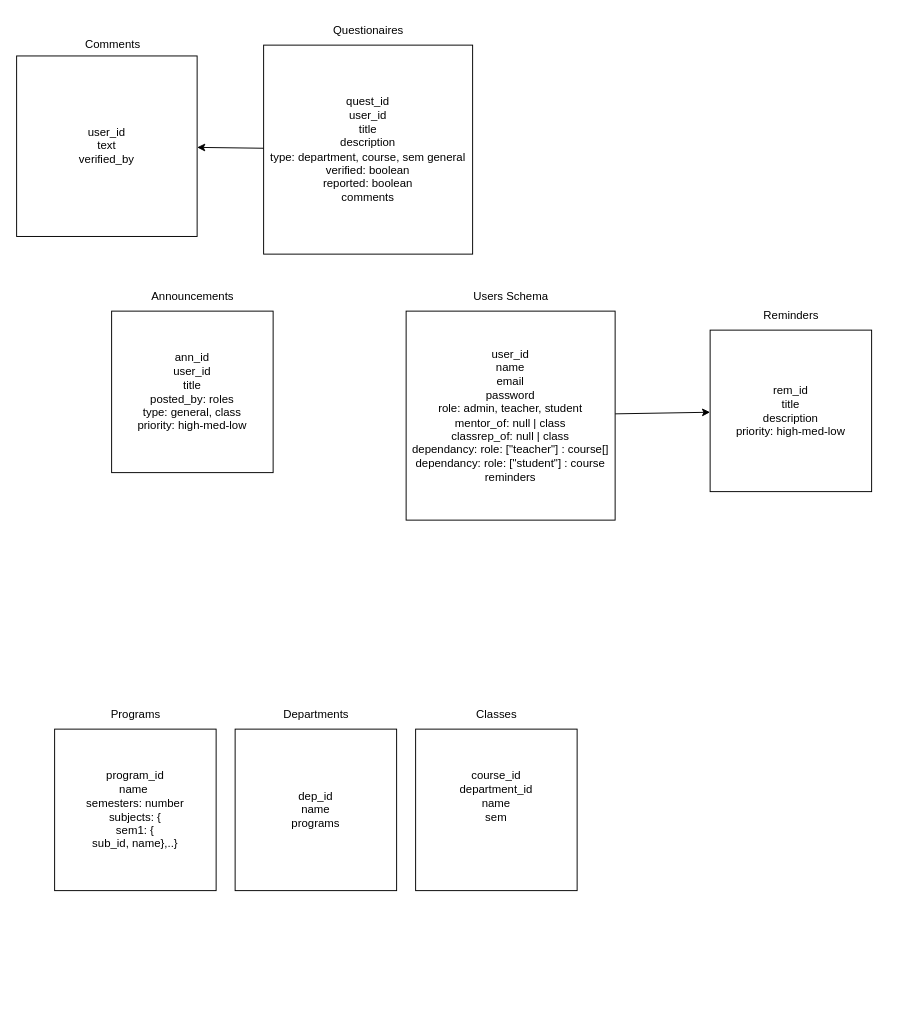
Above: backend_design.drawio in endvidous/UniLoop (draw.io), before the change. Source tidied: cells renumbered, new cells numbered last; positions are measured from the earlier drawing's top-left corner, leaving out a move shared by most shapes. Both pictures are drawn from the tidied source at 95%, with x=0, y=0 at pixel (16, 16).
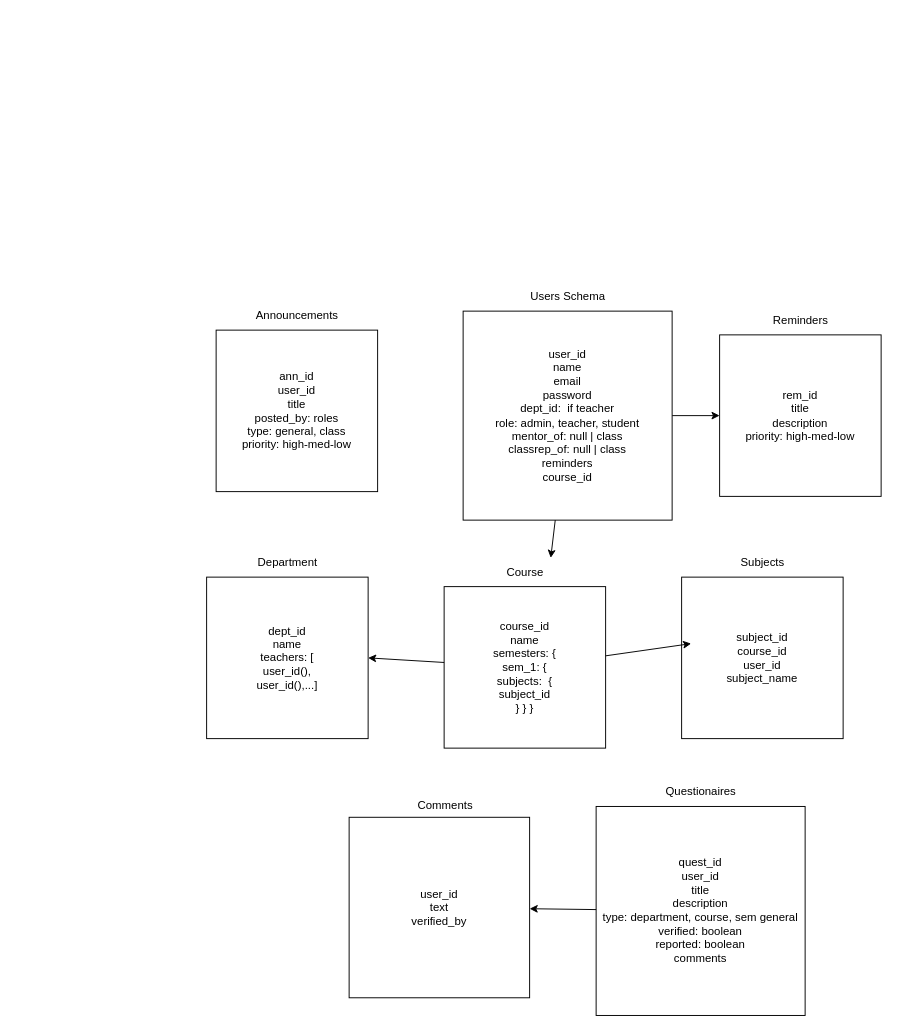
After the change.

Change to the diagram source:
```diff
@@
     <mxCell id="3" style="group;" parent="1" vertex="1">
-      <mxGeometry x="410" y="280" width="220" height="250" as="geometry" />
+      <mxGeometry x="470" y="280" width="220" height="250" as="geometry" />
     </mxCell>
-    <mxCell id="4" value="&lt;div style=&quot;&quot;&gt;&lt;span style=&quot;background-color: initial;&quot;&gt;user_id&lt;/span&gt;&lt;br&gt;&lt;/div&gt;&lt;div style=&quot;&quot;&gt;&lt;span style=&quot;background-color: initial;&quot;&gt;name&lt;/span&gt;&lt;/div&gt;&lt;div style=&quot;&quot;&gt;&lt;span style=&quot;background-color: initial;&quot;&gt;email&lt;/span&gt;&lt;/div&gt;&lt;div style=&quot;&quot;&gt;&lt;span style=&quot;background-color: initial;&quot;&gt;password&lt;/span&gt;&lt;/div&gt;&lt;div style=&quot;&quot;&gt;&lt;span style=&quot;background-color: initial;&quot;&gt;role: admin, teacher, student&lt;/span&gt;&lt;/div&gt;&lt;div style=&quot;&quot;&gt;&lt;span style=&quot;background-color: initial;&quot;&gt;mentor_of: null | class&lt;/span&gt;&lt;/div&gt;&lt;div style=&quot;&quot;&gt;&lt;span style=&quot;background-color: initial;&quot;&gt;classrep_of: null | class&lt;/span&gt;&lt;/div&gt;&lt;div style=&quot;&quot;&gt;dependancy: role: [&quot;teacher&quot;] : course[]&lt;/div&gt;&lt;div style=&quot;&quot;&gt;dependancy: role: [&quot;student&quot;] : course&lt;/div&gt;&lt;div style=&quot;&quot;&gt;reminders&lt;/div&gt;" style="whiteSpace=wrap;html=1;align=center;" parent="3" vertex="1">
+    <mxCell id="4" value="&lt;div style=&quot;&quot;&gt;&lt;span style=&quot;background-color: initial;&quot;&gt;user_id&lt;/span&gt;&lt;br&gt;&lt;/div&gt;&lt;div style=&quot;&quot;&gt;&lt;span style=&quot;background-color: initial;&quot;&gt;name&lt;/span&gt;&lt;/div&gt;&lt;div style=&quot;&quot;&gt;&lt;span style=&quot;background-color: initial;&quot;&gt;email&lt;/span&gt;&lt;/div&gt;&lt;div style=&quot;&quot;&gt;&lt;span style=&quot;background-color: initial;&quot;&gt;password&lt;/span&gt;&lt;/div&gt;&lt;div style=&quot;&quot;&gt;&lt;span style=&quot;background-color: initial;&quot;&gt;dept_id:&amp;nbsp; if teacher&lt;/span&gt;&lt;/div&gt;&lt;div style=&quot;&quot;&gt;&lt;span style=&quot;background-color: initial;&quot;&gt;role: admin, teacher, student&lt;/span&gt;&lt;/div&gt;&lt;div style=&quot;&quot;&gt;&lt;span style=&quot;background-color: initial;&quot;&gt;mentor_of: null | class&lt;/span&gt;&lt;/div&gt;&lt;div style=&quot;&quot;&gt;&lt;span style=&quot;background-color: initial;&quot;&gt;classrep_of: null | class&lt;/span&gt;&lt;/div&gt;&lt;div style=&quot;&quot;&gt;&lt;span style=&quot;background-color: initial;&quot;&gt;reminders&lt;/span&gt;&lt;br&gt;&lt;/div&gt;&lt;div style=&quot;&quot;&gt;&lt;span style=&quot;background-color: initial;&quot;&gt;course_id&lt;/span&gt;&lt;/div&gt;" style="whiteSpace=wrap;html=1;align=center;" parent="3" vertex="1">
       <mxGeometry y="30" width="220" height="220" as="geometry" />
     </mxCell>
@@
     <mxCell id="6" style="group;" parent="1" vertex="1">
-      <mxGeometry x="730" y="300" width="170" height="200" as="geometry" />
+      <mxGeometry x="740" y="305" width="170" height="200" as="geometry" />
     </mxCell>
@@
     <mxCell id="9" style="group;" parent="1" vertex="1">
-      <mxGeometry x="100" y="280" width="170" height="200" as="geometry" />
+      <mxGeometry x="210" y="300" width="170" height="200" as="geometry" />
     </mxCell>
@@
     <mxCell id="12" style="group;" parent="1" vertex="1">
-      <mxGeometry x="260" width="220" height="250" as="geometry" />
+      <mxGeometry x="610" y="801.4" width="220" height="250" as="geometry" />
     </mxCell>
@@
-    <mxCell id="15" style="group;" parent="1" vertex="1">
-      <mxGeometry x="420" y="720" width="170" height="200" as="geometry" />
-    </mxCell>
-    <mxCell id="16" value="&lt;div style=&quot;&quot;&gt;course_id&lt;/div&gt;&lt;div style=&quot;&quot;&gt;department_id&lt;/div&gt;&lt;div style=&quot;&quot;&gt;name&lt;/div&gt;&lt;div style=&quot;&quot;&gt;&lt;span style=&quot;background-color: initial;&quot;&gt;sem&lt;/span&gt;&lt;/div&gt;&lt;div style=&quot;&quot;&gt;&lt;br&gt;&lt;/div&gt;&lt;div style=&quot;&quot;&gt;&lt;br&gt;&lt;/div&gt;" style="whiteSpace=wrap;html=1;align=center;" parent="15" vertex="1">
-      <mxGeometry y="30" width="170" height="170" as="geometry" />
-    </mxCell>
-    <mxCell id="17" value="Classes" style="text;html=1;align=center;verticalAlign=middle;strokeColor=none;fillColor=none;" parent="15" vertex="1">
-      <mxGeometry x="50" width="70" height="30" as="geometry" />
-    </mxCell>
     <mxCell id="18" style="group;" parent="1" vertex="1">
-      <mxGeometry y="15" width="190" height="220" as="geometry" />
+      <mxGeometry x="350" y="816.4" width="190" height="220" as="geometry" />
     </mxCell>
@@
-    <mxCell id="22" style="group;" parent="1" vertex="1">
-      <mxGeometry x="230" y="720" width="170" height="200" as="geometry" />
-    </mxCell>
-    <mxCell id="23" value="&lt;div style=&quot;&quot;&gt;dep_id&lt;/div&gt;&lt;div style=&quot;&quot;&gt;name&lt;/div&gt;&lt;div style=&quot;&quot;&gt;programs&lt;/div&gt;" style="whiteSpace=wrap;html=1;align=center;" parent="22" vertex="1">
-      <mxGeometry y="30" width="170" height="170" as="geometry" />
-    </mxCell>
-    <mxCell id="24" value="Departments" style="text;html=1;align=center;verticalAlign=middle;strokeColor=none;fillColor=none;" parent="22" vertex="1">
-      <mxGeometry x="40" width="90" height="30" as="geometry" />
-    </mxCell>
-    <mxCell id="25" style="group;" parent="1" vertex="1">
-      <mxGeometry x="40" y="720" width="170" height="200" as="geometry" />
-    </mxCell>
-    <mxCell id="26" value="&lt;div style=&quot;&quot;&gt;program_id&lt;/div&gt;&lt;div style=&quot;&quot;&gt;name&amp;nbsp;&lt;/div&gt;&lt;div style=&quot;&quot;&gt;semesters: number&lt;/div&gt;&lt;div style=&quot;&quot;&gt;subjects: {&lt;/div&gt;&lt;div style=&quot;&quot;&gt;sem1: {&lt;/div&gt;&lt;div style=&quot;&quot;&gt;sub_id, name},..}&lt;/div&gt;" style="whiteSpace=wrap;html=1;align=center;" parent="25" vertex="1">
-      <mxGeometry y="30" width="170" height="170" as="geometry" />
-    </mxCell>
-    <mxCell id="27" value="Programs" style="text;html=1;align=center;verticalAlign=middle;strokeColor=none;fillColor=none;" parent="25" vertex="1">
-      <mxGeometry x="45" width="80" height="30" as="geometry" />
-    </mxCell>
+    <mxCell id="28" style="group;" parent="1" vertex="1">
+      <mxGeometry x="200" y="560" width="170" height="200" as="geometry" />
+    </mxCell>
+    <mxCell id="29" value="Department" style="text;html=1;align=center;verticalAlign=middle;strokeColor=none;fillColor=none;" parent="28" vertex="1">
+      <mxGeometry x="40" width="90" height="30" as="geometry" />
+    </mxCell>
+    <mxCell id="30" value="dept_id&lt;br&gt;name&lt;br&gt;teachers: [&lt;br&gt;user_id(),&lt;br&gt;user_id(),...]" style="whiteSpace=wrap;html=1;" parent="28" vertex="1">
+      <mxGeometry y="30" width="170" height="170" as="geometry" />
+    </mxCell>
+    <mxCell id="31" style="group;" parent="1" vertex="1">
+      <mxGeometry x="450" y="570" width="170" height="200" as="geometry" />
+    </mxCell>
+    <mxCell id="32" value="Course" style="text;html=1;align=center;verticalAlign=middle;points=[];strokeColor=none;fillColor=none;" parent="31" vertex="1">
+      <mxGeometry x="55" width="60" height="30" as="geometry" />
+    </mxCell>
+    <mxCell id="33" value="course_id&lt;br&gt;name&lt;br&gt;semesters: {&lt;br&gt;sem_1: {&lt;br&gt;subjects:&amp;nbsp; {&lt;br&gt;subject_id &lt;br&gt;} } }" style="whiteSpace=wrap;html=1;" parent="31" vertex="1">
+      <mxGeometry y="30" width="170" height="170" as="geometry" />
+    </mxCell>
+    <mxCell id="34" style="group;" parent="1" vertex="1">
+      <mxGeometry x="700" y="560" width="170" height="200" as="geometry" />
+    </mxCell>
+    <mxCell id="35" value="Subjects" style="text;html=1;align=center;verticalAlign=middle;strokeColor=none;fillColor=none;" parent="34" vertex="1">
+      <mxGeometry x="50" width="70" height="30" as="geometry" />
+    </mxCell>
+    <mxCell id="36" value="subject_id&lt;br&gt;course_id&lt;br&gt;user_id&lt;br&gt;subject_name" style="whiteSpace=wrap;html=1;" parent="34" vertex="1">
+      <mxGeometry y="30" width="170" height="170" as="geometry" />
+    </mxCell>
+    <mxCell id="37" style="edgeStyle=none;html=1;entryX=0.954;entryY=-0.008;entryDx=0;entryDy=0;entryPerimeter=0;" parent="1" edge="1" source="4" target="32">
+      <mxGeometry relative="1" as="geometry" />
+    </mxCell>
+    <mxCell id="38" style="edgeStyle=none;html=1;" parent="1" edge="1" source="33">
+      <mxGeometry relative="1" as="geometry">
+        <mxPoint x="710" y="660" as="targetPoint" />
+      </mxGeometry>
+    </mxCell>
+    <mxCell id="39" style="edgeStyle=none;html=1;entryX=1;entryY=0.5;entryDx=0;entryDy=0;" parent="1" edge="1" source="33" target="30">
+      <mxGeometry relative="1" as="geometry" />
+    </mxCell>
```
